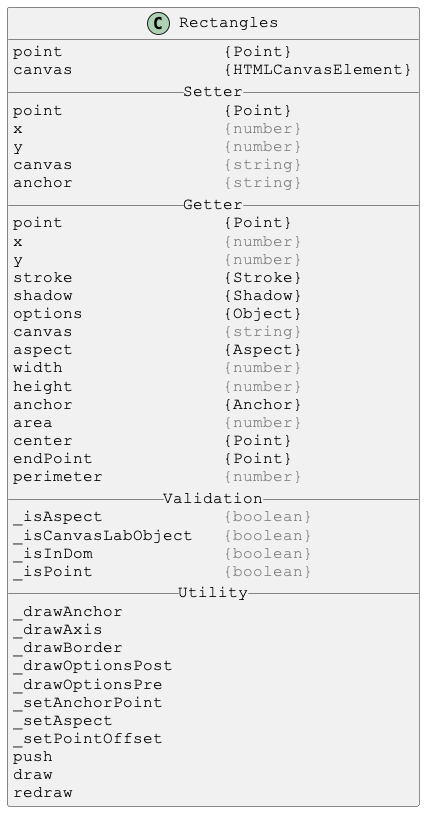
Before: docs/PlantUml/image/Rectangles.png, a diagram exported from PlantUML (Justin-Byrne/canvasLab).
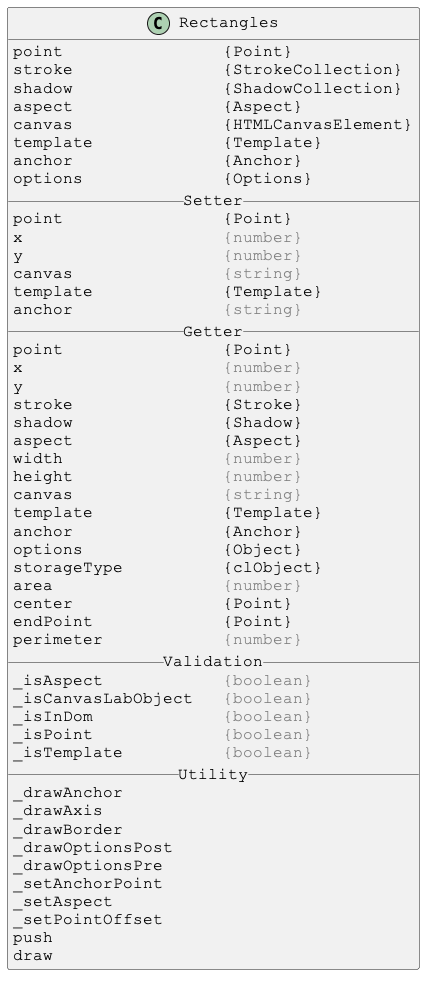
After the change.

The edit, as a diff of the source:
```diff
@@ -5,12 +5,19 @@
 
 class Rectangles {
 point                {Point}
+stroke               {StrokeCollection}
+shadow               {ShadowCollection}
+aspect               {Aspect}
 canvas               {HTMLCanvasElement}
+template             {Template}
+anchor               {Anchor}
+options              {Options}
 __ Setter __
 point                {Point}
 x                    <color:gray>{number}</color>
 y                    <color:gray>{number}</color>
 canvas               <color:gray>{string}</color>
+template             {Template}
 anchor               <color:gray>{string}</color>
 __ Getter __
 point                {Point}
@@ -18,12 +25,14 @@
 y                    <color:gray>{number}</color>
 stroke               {Stroke}
 shadow               {Shadow}
-options              {Object}
-canvas               <color:gray>{string}</color>
 aspect               {Aspect}
 width                <color:gray>{number}</color>
 height               <color:gray>{number}</color>
+canvas               <color:gray>{string}</color>
+template             {Template}
 anchor               {Anchor}
+options              {Object}
+storageType          {clObject}
 area                 <color:gray>{number}</color>
 center               {Point}
 endPoint             {Point}
@@ -33,6 +42,7 @@
 _isCanvasLabObject   <color:gray>{boolean}</color>
 _isInDom             <color:gray>{boolean}</color>
 _isPoint             <color:gray>{boolean}</color>
+_isTemplate          <color:gray>{boolean}</color>
 __ Utility __
 _drawAnchor
 _drawAxis
@@ -44,7 +54,6 @@
 _setPointOffset
 push
 draw
-redraw
 }
 
 @enduml
```
